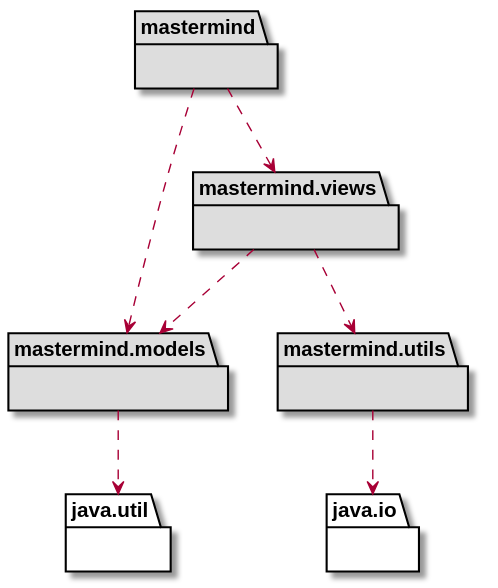
Before: docs/build/docs/asciidoc/images/version2Arquitectura.svg, a diagram exported from PlantUML (amartinm82/mastermind). Its diagram source:
```plantuml
@startuml

package mastermind #DDDDDD { }
mastermind .down.> mastermind.views
mastermind .down.> mastermind.models

package mastermind.models #DDDDDD { }
package java.util{ }
mastermind.models .down.> java.util

package mastermind.utils #DDDDDD { }
package java.io{ }
mastermind.utils .down.> java.io

package mastermind.views #DDDDDD { }
mastermind.views .down.> mastermind.models
mastermind.views .down.> mastermind.utils

@enduml
```
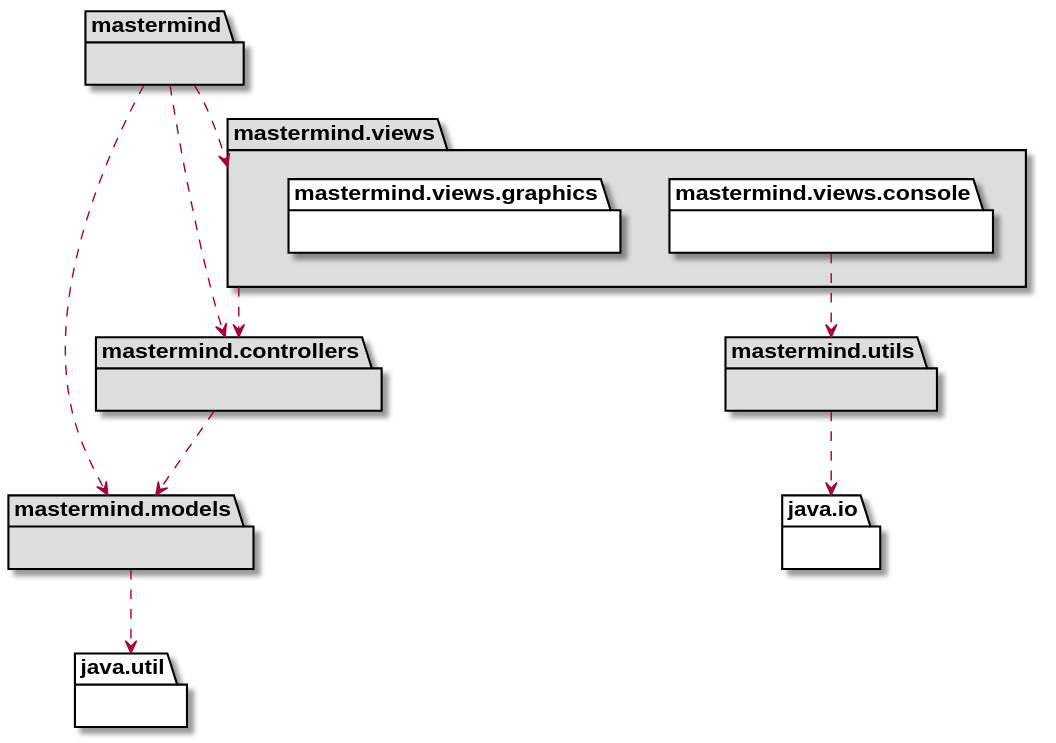
After the change.

Change to the diagram source:
```diff
@@ -1,8 +1,12 @@
 @startuml
 
 package mastermind #DDDDDD { }
+mastermind .down.> mastermind.controllers
+mastermind .down.> mastermind.models
 mastermind .down.> mastermind.views
-mastermind .down.> mastermind.models
+
+package mastermind.controllers #DDDDDD { }
+mastermind.controllers .down.> mastermind.models
 
 package mastermind.models #DDDDDD { }
 package java.util{ }
@@ -12,8 +16,11 @@
 package java.io{ }
 mastermind.utils .down.> java.io
 
-package mastermind.views #DDDDDD { }
-mastermind.views .down.> mastermind.models
-mastermind.views .down.> mastermind.utils
+package mastermind.views #DDDDDD {
+    package mastermind.views.console {}
+    package mastermind.views.graphics {}
+}
+mastermind.views .down.> mastermind.controllers
+mastermind.views.console .down.> mastermind.utils
 
 @enduml
```
